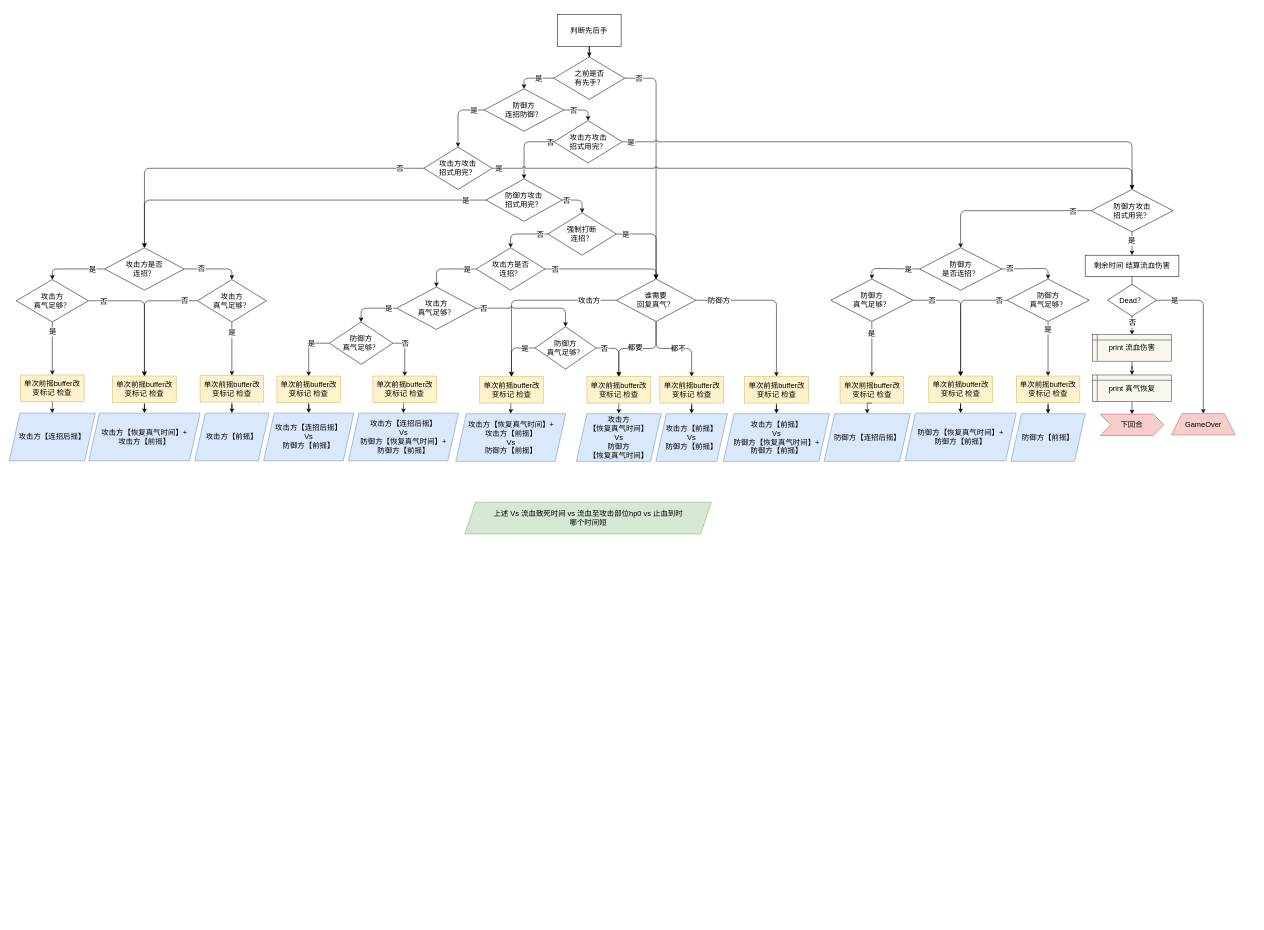
pealpool/kungfu keeps this draw.io diagram as page "Page-1" (1 of 2) of plan/攻击流程.drawio. Above is the earlier version. Source tidied: cells renumbered, new cells numbered last; positions are measured from the earlier drawing's top-left corner, leaving out a move shared by most shapes. Both pictures are drawn from the tidied source at 53%, with x=0, y=0 at pixel (9, 14).
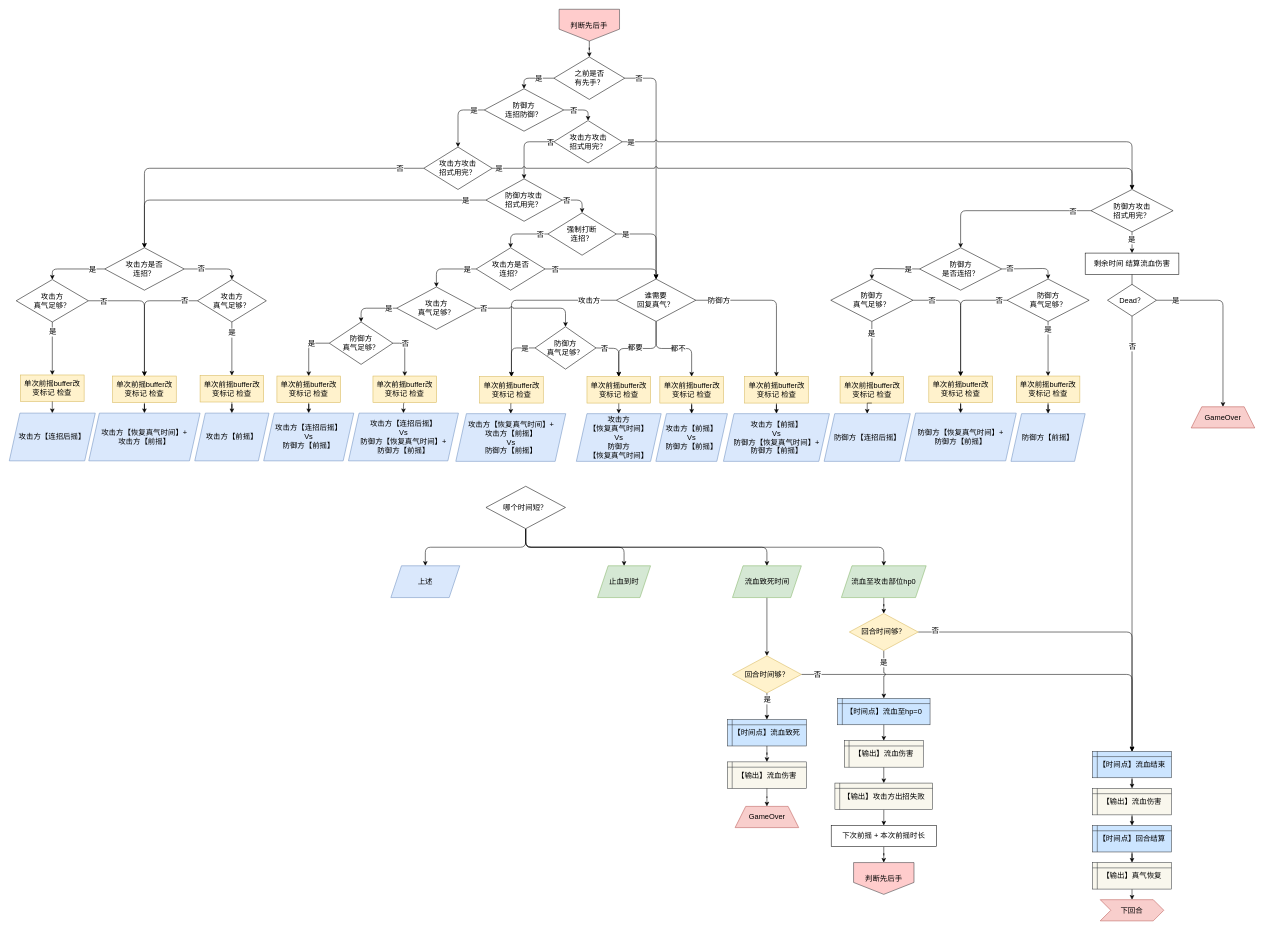
The same diagram, later.

Unchanged cells that the change refers to:
```xml
<mxCell id="7" value="&lt;div style=&quot;font-size: 14px;&quot;&gt;之前是否&lt;/div&gt;&lt;div style=&quot;font-size: 14px;&quot;&gt;有先手？&lt;/div&gt;" style="rhombus;whiteSpace=wrap;html=1;fontSize=14;fontFamily=新宋体;" parent="1" vertex="1">
  <mxGeometry x="1027.5" y="80" width="133.8" height="80" as="geometry" />
</mxCell>
<mxCell id="51" value="Dead？" style="rhombus;whiteSpace=wrap;html=1;fontSize=14;fontFamily=新宋体;" parent="1" vertex="1">
  <mxGeometry x="2072.1" y="509" width="92.5" height="60" as="geometry" />
</mxCell>
```

Diff of the diagram source:
```diff
@@
-    <mxCell id="2" style="edgeStyle=orthogonalEdgeStyle;rounded=0;jettySize=auto;html=1;fontSize=14;fontFamily=新宋体;exitX=0.5;exitY=1;exitDx=0;exitDy=0;" parent="1" edge="1" source="3" target="7">
-      <mxGeometry relative="1" as="geometry" />
-    </mxCell>
-    <mxCell id="3" value="判断先后手" style="whiteSpace=wrap;html=1;fontSize=14;fontFamily=新宋体;" parent="1" vertex="1">
-      <mxGeometry x="1034.4" width="120" height="60" as="geometry" />
-    </mxCell>
@@
     <mxCell id="46" value="剩余时间 结算流血伤害" style="whiteSpace=wrap;html=1;fontSize=14;fontFamily=新宋体;" parent="1" vertex="1">
-      <mxGeometry x="2030" y="454" width="176.8" height="40" as="geometry" />
+      <mxGeometry x="2030" y="450" width="176.8" height="40" as="geometry" />
     </mxCell>
@@
-    <mxCell id="49" style="edgeStyle=orthogonalEdgeStyle;rounded=1;comic=0;jumpStyle=arc;jumpSize=9;jettySize=auto;html=1;fontSize=14;fontFamily=新宋体;entryX=0.5;entryY=0;entryDx=0;entryDy=0;" parent="1" edge="1" source="51" target="97">
-      <mxGeometry relative="1" as="geometry" />
-    </mxCell>
-    <mxCell id="50" value="否" style="edgeLabel;html=1;align=center;verticalAlign=middle;fontSize=14;fontFamily=新宋体;" parent="49" vertex="1">
-      <mxGeometry x="-0.65" y="-3" relative="1" as="geometry">
-        <mxPoint x="2.9" y="6.1" as="offset" />
-      </mxGeometry>
-    </mxCell>
@@
-    <mxCell id="80" value="&lt;div style=&quot;font-size: 14px;&quot;&gt;上述 Vs 流血致死时间 vs 流血至攻击部位hp0 vs 止血到时&lt;/div&gt;&lt;div style=&quot;font-size: 14px;&quot;&gt;哪个时间短&lt;/div&gt;" style="shape=parallelogram;perimeter=parallelogramPerimeter;whiteSpace=wrap;html=1;fixedSize=1;fillColor=#d5e8d4;strokeColor=#82b366;fontSize=14;fontFamily=新宋体;" parent="1" vertex="1">
-      <mxGeometry x="859.6" y="920" width="465" height="60" as="geometry" />
-    </mxCell>
@@
     <mxCell id="92" value="GameOver" style="shape=trapezoid;perimeter=trapezoidPerimeter;whiteSpace=wrap;html=1;fixedSize=1;fillColor=#f8cecc;strokeColor=#b85450;fontFamily=新宋体;fontSize=14;" parent="1" vertex="1">
-      <mxGeometry x="2192.9" y="753" width="120" height="40" as="geometry" />
+      <mxGeometry x="2230" y="740" width="120" height="40" as="geometry" />
     </mxCell>
-    <mxCell id="93" value="下回合" style="shape=step;perimeter=stepPerimeter;whiteSpace=wrap;html=1;fixedSize=1;fillColor=#f8cecc;strokeColor=#b85450;fontFamily=新宋体;fontSize=14;" parent="1" vertex="1">
-      <mxGeometry x="2058.4" y="754" width="120" height="40" as="geometry" />
-    </mxCell>
-    <mxCell id="94" style="edgeStyle=orthogonalEdgeStyle;rounded=0;jettySize=auto;html=1;exitX=0.5;exitY=1;exitDx=0;exitDy=0;entryX=0.5;entryY=0;entryDx=0;entryDy=0;fontFamily=新宋体;fontSize=14;" parent="1" edge="1" source="95" target="93">
-      <mxGeometry relative="1" as="geometry" />
-    </mxCell>
-    <mxCell id="95" value="print 真气恢复" style="shape=internalStorage;whiteSpace=wrap;html=1;backgroundOutline=1;fontFamily=新宋体;fontSize=14;dx=9;dy=10;fillColor=#f9f7ed;strokeColor=#36393d;" parent="1" vertex="1">
-      <mxGeometry x="2043.9" y="680" width="149" height="50" as="geometry" />
-    </mxCell>
-    <mxCell id="96" style="edgeStyle=orthogonalEdgeStyle;rounded=1;jumpStyle=arc;jettySize=auto;html=1;fontFamily=新宋体;fontSize=14;" parent="1" edge="1" source="97" target="95">
-      <mxGeometry relative="1" as="geometry" />
-    </mxCell>
-    <mxCell id="97" value="print 流血伤害" style="shape=internalStorage;whiteSpace=wrap;html=1;backgroundOutline=1;fontFamily=新宋体;fontSize=14;dx=9;dy=10;fillColor=#f9f7ed;strokeColor=#36393d;" parent="1" vertex="1">
-      <mxGeometry x="2043.9" y="604" width="149" height="50" as="geometry" />
-    </mxCell>
@@
+    <mxCell id="139" style="edgeStyle=orthogonalEdgeStyle;rounded=1;jumpStyle=arc;jettySize=auto;html=1;fontFamily=新宋体;fontSize=14;exitX=0.5;exitY=1;exitDx=0;exitDy=0;" parent="1" edge="1" source="140" target="152">
+      <mxGeometry relative="1" as="geometry" />
+    </mxCell>
+    <mxCell id="140" value="&lt;span style=&quot;font-size: 14px&quot;&gt;流血致死时间&lt;/span&gt;" style="shape=parallelogram;perimeter=parallelogramPerimeter;whiteSpace=wrap;html=1;fixedSize=1;fontFamily=新宋体;fontSize=14;fillColor=#d5e8d4;strokeColor=#82b366;" parent="1" vertex="1">
+      <mxGeometry x="1364.5" y="1040" width="130" height="60" as="geometry" />
+    </mxCell>
+    <mxCell id="141" style="edgeStyle=orthogonalEdgeStyle;rounded=1;jumpStyle=arc;jettySize=auto;html=1;fontFamily=新宋体;fontSize=14;" parent="1" edge="1" source="142" target="163">
+      <mxGeometry relative="1" as="geometry" />
+    </mxCell>
+    <mxCell id="142" value="流血至攻击部位hp0" style="shape=parallelogram;perimeter=parallelogramPerimeter;whiteSpace=wrap;html=1;fixedSize=1;fontFamily=新宋体;fontSize=14;fillColor=#d5e8d4;strokeColor=#82b366;" parent="1" vertex="1">
+      <mxGeometry x="1570" y="1040" width="160" height="60" as="geometry" />
+    </mxCell>
+    <mxCell id="143" value="止血到时" style="shape=parallelogram;perimeter=parallelogramPerimeter;whiteSpace=wrap;html=1;fixedSize=1;fontFamily=新宋体;fontSize=14;fillColor=#d5e8d4;strokeColor=#82b366;" parent="1" vertex="1">
+      <mxGeometry x="1110" y="1040" width="100" height="60" as="geometry" />
+    </mxCell>
+    <mxCell id="144" value="&lt;span style=&quot;font-size: 14px&quot;&gt;上述&lt;/span&gt;" style="shape=parallelogram;perimeter=parallelogramPerimeter;whiteSpace=wrap;html=1;fixedSize=1;fontFamily=新宋体;fontSize=14;fillColor=#dae8fc;strokeColor=#6c8ebf;" parent="1" vertex="1">
+      <mxGeometry x="720" y="1040" width="130" height="60" as="geometry" />
+    </mxCell>
+    <mxCell id="145" style="edgeStyle=orthogonalEdgeStyle;jettySize=auto;html=1;exitX=0.5;exitY=1;exitDx=0;exitDy=0;fontFamily=新宋体;fontSize=14;jumpStyle=arc;rounded=1;" parent="1" edge="1" source="149" target="144">
+      <mxGeometry relative="1" as="geometry" />
+    </mxCell>
+    <mxCell id="146" style="edgeStyle=orthogonalEdgeStyle;rounded=1;jumpStyle=arc;jettySize=auto;html=1;fontFamily=新宋体;fontSize=14;exitX=0.5;exitY=1;exitDx=0;exitDy=0;" parent="1" edge="1" source="149" target="140">
+      <mxGeometry relative="1" as="geometry" />
+    </mxCell>
+    <mxCell id="147" style="edgeStyle=orthogonalEdgeStyle;rounded=1;jumpStyle=arc;jettySize=auto;html=1;fontFamily=新宋体;fontSize=14;exitX=0.5;exitY=1;exitDx=0;exitDy=0;" parent="1" edge="1" source="149" target="142">
+      <mxGeometry relative="1" as="geometry" />
+    </mxCell>
+    <mxCell id="148" style="edgeStyle=orthogonalEdgeStyle;rounded=1;jumpStyle=arc;jettySize=auto;html=1;fontFamily=新宋体;fontSize=14;exitX=0.5;exitY=1;exitDx=0;exitDy=0;" parent="1" edge="1" source="149" target="143">
+      <mxGeometry relative="1" as="geometry" />
+    </mxCell>
+    <mxCell id="149" value="&lt;div style=&quot;font-size: 14px&quot;&gt;哪个时间短？&lt;/div&gt;" style="rhombus;whiteSpace=wrap;html=1;fontSize=14;fontFamily=新宋体;" parent="1" vertex="1">
+      <mxGeometry x="899.4" y="890" width="150" height="80" as="geometry" />
+    </mxCell>
+    <mxCell id="150" value="否" style="edgeStyle=orthogonalEdgeStyle;rounded=1;jumpStyle=arc;jettySize=auto;html=1;fontFamily=新宋体;fontSize=14;entryX=0.5;entryY=0;entryDx=0;entryDy=0;exitX=1;exitY=0.5;exitDx=0;exitDy=0;" parent="1" edge="1" source="152" target="165">
+      <mxGeometry x="-0.96" y="15" relative="1" as="geometry">
+        <Array as="points">
+          <mxPoint x="2118" y="1245" />
+        </Array>
+        <mxPoint x="15" y="15" as="offset" />
+      </mxGeometry>
+    </mxCell>
+    <mxCell id="151" value="是" style="edgeStyle=orthogonalEdgeStyle;rounded=1;jumpStyle=arc;jettySize=auto;html=1;exitX=0.5;exitY=1;exitDx=0;exitDy=0;fontFamily=新宋体;fontSize=14;entryX=0.5;entryY=0;entryDx=0;entryDy=0;" parent="1" edge="1" source="152" target="156">
+      <mxGeometry x="-0.5" relative="1" as="geometry" />
+    </mxCell>
+    <mxCell id="152" value="&lt;div style=&quot;font-size: 14px&quot;&gt;回合时间够？&lt;/div&gt;" style="rhombus;whiteSpace=wrap;html=1;fontSize=14;fontFamily=新宋体;fillColor=#fff2cc;strokeColor=#d6b656;" parent="1" vertex="1">
+      <mxGeometry x="1364.5" y="1210" width="130" height="70" as="geometry" />
+    </mxCell>
+    <mxCell id="153" style="edgeStyle=orthogonalEdgeStyle;rounded=1;comic=0;jumpStyle=arc;jumpSize=9;jettySize=auto;html=1;fontSize=14;fontFamily=新宋体;entryX=0.5;entryY=0;entryDx=0;entryDy=0;" parent="1" edge="1" source="51" target="165">
+      <mxGeometry relative="1" as="geometry">
+        <Array as="points">
+          <mxPoint x="2118" y="539" />
+        </Array>
+      </mxGeometry>
+    </mxCell>
+    <mxCell id="154" value="否" style="edgeLabel;html=1;align=center;verticalAlign=middle;fontSize=14;fontFamily=新宋体;" parent="153" vertex="1">
+      <mxGeometry x="-0.65" y="-3" relative="1" as="geometry">
+        <mxPoint x="3" y="-86" as="offset" />
+      </mxGeometry>
+    </mxCell>
+    <mxCell id="155" value="【输出】流血伤害" style="shape=internalStorage;whiteSpace=wrap;html=1;backgroundOutline=1;fontFamily=新宋体;fontSize=14;dx=9;dy=10;fillColor=#f9f7ed;strokeColor=#36393d;" parent="1" vertex="1">
+      <mxGeometry x="1355" y="1410" width="149" height="50" as="geometry" />
+    </mxCell>
+    <mxCell id="156" value="【时间点】流血致死" style="shape=internalStorage;whiteSpace=wrap;html=1;backgroundOutline=1;fontFamily=新宋体;fontSize=14;dx=9;dy=10;fillColor=#cce5ff;strokeColor=#36393d;" parent="1" vertex="1">
+      <mxGeometry x="1355" y="1330" width="149" height="50" as="geometry" />
+    </mxCell>
+    <mxCell id="157" style="edgeStyle=orthogonalEdgeStyle;rounded=1;comic=0;jumpStyle=arc;jumpSize=9;jettySize=auto;html=1;fontSize=14;fontFamily=新宋体;entryX=0.5;entryY=0;entryDx=0;entryDy=0;" parent="1" edge="1" source="156" target="155">
+      <mxGeometry relative="1" as="geometry" />
+    </mxCell>
+    <mxCell id="158" style="edgeStyle=orthogonalEdgeStyle;rounded=1;jumpStyle=arc;jettySize=auto;html=1;fontFamily=新宋体;fontSize=14;" parent="1" edge="1" source="155" target="159">
+      <mxGeometry relative="1" as="geometry" />
+    </mxCell>
+    <mxCell id="159" value="GameOver" style="shape=trapezoid;perimeter=trapezoidPerimeter;whiteSpace=wrap;html=1;fixedSize=1;fillColor=#f8cecc;strokeColor=#b85450;fontFamily=新宋体;fontSize=14;" parent="1" vertex="1">
+      <mxGeometry x="1369.5" y="1494" width="120" height="40" as="geometry" />
+    </mxCell>
+    <mxCell id="160" style="edgeStyle=orthogonalEdgeStyle;rounded=1;jumpStyle=arc;jettySize=auto;html=1;entryX=0.5;entryY=0;entryDx=0;entryDy=0;fontFamily=新宋体;fontSize=14;" parent="1" edge="1" source="163" target="165">
+      <mxGeometry relative="1" as="geometry" />
+    </mxCell>
+    <mxCell id="161" value="否" style="edgeLabel;html=1;align=center;verticalAlign=middle;fontSize=14;fontFamily=新宋体;" parent="160" vertex="1">
+      <mxGeometry x="-0.9" y="3" relative="1" as="geometry" />
+    </mxCell>
+    <mxCell id="162" value="是" style="edgeStyle=orthogonalEdgeStyle;rounded=1;jumpStyle=arc;jettySize=auto;html=1;fontFamily=新宋体;fontSize=14;" parent="1" edge="1" source="163" target="170">
+      <mxGeometry x="-0.5" relative="1" as="geometry" />
+    </mxCell>
+    <mxCell id="163" value="&lt;div style=&quot;font-size: 14px&quot;&gt;回合时间够？&lt;/div&gt;" style="rhombus;whiteSpace=wrap;html=1;fontSize=14;fontFamily=新宋体;fillColor=#fff2cc;strokeColor=#d6b656;" parent="1" vertex="1">
+      <mxGeometry x="1585" y="1130" width="130" height="70" as="geometry" />
+    </mxCell>
+    <mxCell id="164" style="group;" parent="1" vertex="1">
+      <mxGeometry x="2043.9" y="1390" width="149" height="320" as="geometry" />
+    </mxCell>
+    <mxCell id="93" value="下回合" style="shape=step;perimeter=stepPerimeter;whiteSpace=wrap;html=1;fixedSize=1;fillColor=#f8cecc;strokeColor=#b85450;fontFamily=新宋体;fontSize=14;" parent="164" vertex="1">
+      <mxGeometry x="14.5" y="280" width="120" height="40" as="geometry" />
+    </mxCell>
+    <mxCell id="94" style="edgeStyle=orthogonalEdgeStyle;rounded=0;jettySize=auto;html=1;exitX=0.5;exitY=1;exitDx=0;exitDy=0;entryX=0.5;entryY=0;entryDx=0;entryDy=0;fontFamily=新宋体;fontSize=14;" parent="164" edge="1" source="95" target="93">
+      <mxGeometry relative="1" as="geometry" />
+    </mxCell>
+    <mxCell id="95" value="【输出】真气恢复" style="shape=internalStorage;whiteSpace=wrap;html=1;backgroundOutline=1;fontFamily=新宋体;fontSize=14;dx=9;dy=10;fillColor=#f9f7ed;strokeColor=#36393d;" parent="164" vertex="1">
+      <mxGeometry y="210" width="149" height="50" as="geometry" />
+    </mxCell>
+    <mxCell id="96" style="edgeStyle=orthogonalEdgeStyle;rounded=1;jumpStyle=arc;jettySize=auto;html=1;fontFamily=新宋体;fontSize=14;" parent="164" edge="1" source="166" target="95">
+      <mxGeometry relative="1" as="geometry" />
+    </mxCell>
+    <mxCell id="97" value="【输出】流血伤害" style="shape=internalStorage;whiteSpace=wrap;html=1;backgroundOutline=1;fontFamily=新宋体;fontSize=14;dx=9;dy=10;fillColor=#f9f7ed;strokeColor=#36393d;" parent="164" vertex="1">
+      <mxGeometry y="70" width="149" height="50" as="geometry" />
+    </mxCell>
+    <mxCell id="165" value="【时间点】流血结束" style="shape=internalStorage;whiteSpace=wrap;html=1;backgroundOutline=1;fontFamily=新宋体;fontSize=14;dx=9;dy=10;fillColor=#cce5ff;strokeColor=#36393d;" parent="164" vertex="1">
+      <mxGeometry width="149" height="50" as="geometry" />
+    </mxCell>
+    <mxCell id="49" style="edgeStyle=orthogonalEdgeStyle;rounded=1;comic=0;jumpStyle=arc;jumpSize=9;jettySize=auto;html=1;fontSize=14;fontFamily=新宋体;entryX=0.5;entryY=0;entryDx=0;entryDy=0;" parent="164" edge="1" source="165" target="97">
+      <mxGeometry relative="1" as="geometry" />
+    </mxCell>
+    <mxCell id="166" value="【时间点】回合结算" style="shape=internalStorage;whiteSpace=wrap;html=1;backgroundOutline=1;fontFamily=新宋体;fontSize=14;dx=9;dy=10;fillColor=#cce5ff;strokeColor=#36393d;" parent="164" vertex="1">
+      <mxGeometry y="140" width="149" height="50" as="geometry" />
+    </mxCell>
+    <mxCell id="167" style="edgeStyle=orthogonalEdgeStyle;rounded=1;jumpStyle=arc;jettySize=auto;html=1;fontFamily=新宋体;fontSize=14;" parent="164" edge="1" source="97" target="166">
+      <mxGeometry relative="1" as="geometry" />
+    </mxCell>
+    <mxCell id="168" style="edgeStyle=orthogonalEdgeStyle;rounded=1;jumpStyle=arc;jettySize=auto;html=1;fontFamily=新宋体;fontSize=14;" parent="1" edge="1" source="169" target="173">
+      <mxGeometry relative="1" as="geometry" />
+    </mxCell>
+    <mxCell id="169" value="【输出】流血伤害" style="shape=internalStorage;whiteSpace=wrap;html=1;backgroundOutline=1;fontFamily=新宋体;fontSize=14;dx=9;dy=10;fillColor=#f9f7ed;strokeColor=#36393d;" parent="1" vertex="1">
+      <mxGeometry x="1575.5" y="1370" width="149" height="50" as="geometry" />
+    </mxCell>
+    <mxCell id="170" value="【时间点】流血至hp=0" style="shape=internalStorage;whiteSpace=wrap;html=1;backgroundOutline=1;fontFamily=新宋体;fontSize=14;dx=9;dy=10;fillColor=#cce5ff;strokeColor=#36393d;" parent="1" vertex="1">
+      <mxGeometry x="1562.8" y="1290" width="174.5" height="50" as="geometry" />
+    </mxCell>
+    <mxCell id="171" style="edgeStyle=orthogonalEdgeStyle;rounded=1;comic=0;jumpStyle=arc;jumpSize=9;jettySize=auto;html=1;fontSize=14;fontFamily=新宋体;entryX=0.5;entryY=0;entryDx=0;entryDy=0;" parent="1" edge="1" source="170" target="169">
+      <mxGeometry relative="1" as="geometry" />
+    </mxCell>
+    <mxCell id="172" style="edgeStyle=orthogonalEdgeStyle;rounded=1;jumpStyle=arc;jettySize=auto;html=1;fontFamily=新宋体;fontSize=14;" parent="1" edge="1" source="173" target="175">
+      <mxGeometry relative="1" as="geometry" />
+    </mxCell>
+    <mxCell id="173" value="【输出】攻击方出招失败" style="shape=internalStorage;whiteSpace=wrap;html=1;backgroundOutline=1;fontFamily=新宋体;fontSize=14;dx=9;dy=10;fillColor=#f9f7ed;strokeColor=#36393d;" parent="1" vertex="1">
+      <mxGeometry x="1557.8" y="1450" width="184.5" height="50" as="geometry" />
+    </mxCell>
+    <mxCell id="174" style="edgeStyle=orthogonalEdgeStyle;rounded=1;jumpStyle=arc;jettySize=auto;html=1;fontFamily=新宋体;fontSize=14;" parent="1" edge="1" source="175" target="178">
+      <mxGeometry relative="1" as="geometry" />
+    </mxCell>
+    <mxCell id="175" value="下次前摇 + 本次前摇时长" style="whiteSpace=wrap;html=1;fontSize=14;fontFamily=新宋体;" parent="1" vertex="1">
+      <mxGeometry x="1550.8" y="1530" width="198.4" height="40" as="geometry" />
+    </mxCell>
+    <mxCell id="176" style="edgeStyle=orthogonalEdgeStyle;rounded=1;jumpStyle=arc;jettySize=auto;html=1;fontFamily=新宋体;fontSize=14;" parent="1" edge="1" source="177" target="7">
+      <mxGeometry relative="1" as="geometry" />
+    </mxCell>
+    <mxCell id="177" value="&lt;span&gt;判断先后手&lt;/span&gt;" style="shape=offPageConnector;whiteSpace=wrap;html=1;fontFamily=新宋体;fontSize=14;fillColor=#ffcccc;strokeColor=#36393d;" parent="1" vertex="1">
+      <mxGeometry x="1037.4" y="-10" width="114" height="60" as="geometry" />
+    </mxCell>
+    <mxCell id="178" value="&lt;span&gt;判断先后手&lt;/span&gt;" style="shape=offPageConnector;whiteSpace=wrap;html=1;fontFamily=新宋体;fontSize=14;fillColor=#ffcccc;strokeColor=#36393d;" parent="1" vertex="1">
+      <mxGeometry x="1593" y="1600" width="114" height="60" as="geometry" />
+    </mxCell>
```
